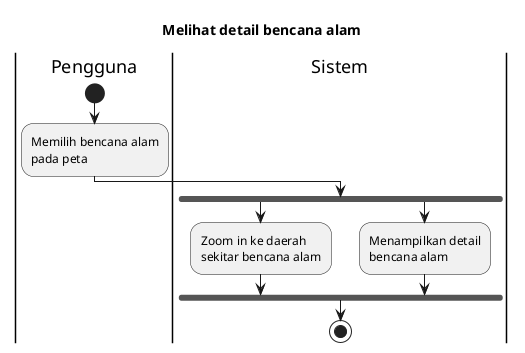
Earlier version of the PlantUML export export/Activity Diagrams/UC-MAP - Peta Bencana/UC-MAP-007 - Melihat detail bencana alam.png (bagusNA/appl-diagrams).
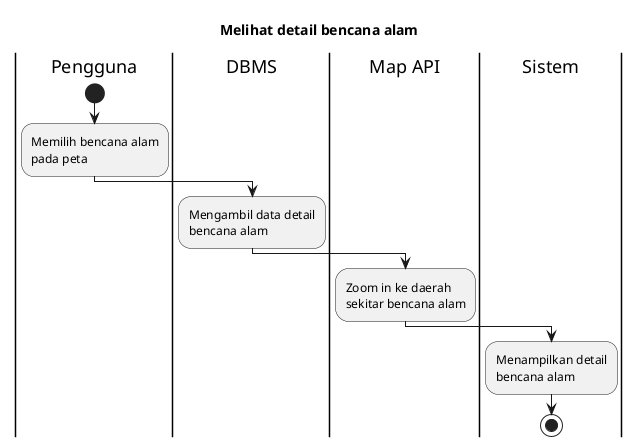
The same diagram one commit later.

Diff of the diagram source:
```diff
@@ -7,12 +7,14 @@
 start
 :Memilih bencana alam pada peta;
 
+|DBMS|
+:Mengambil data detail bencana alam;
+
+|Map API|
+:Zoom in ke daerah sekitar bencana alam;
+
 |Sistem|
-fork
-  :Zoom in ke daerah sekitar bencana alam;
-fork again
-  :Menampilkan detail bencana alam;
-endfork
+:Menampilkan detail bencana alam;
 
 stop
 @enduml
```
